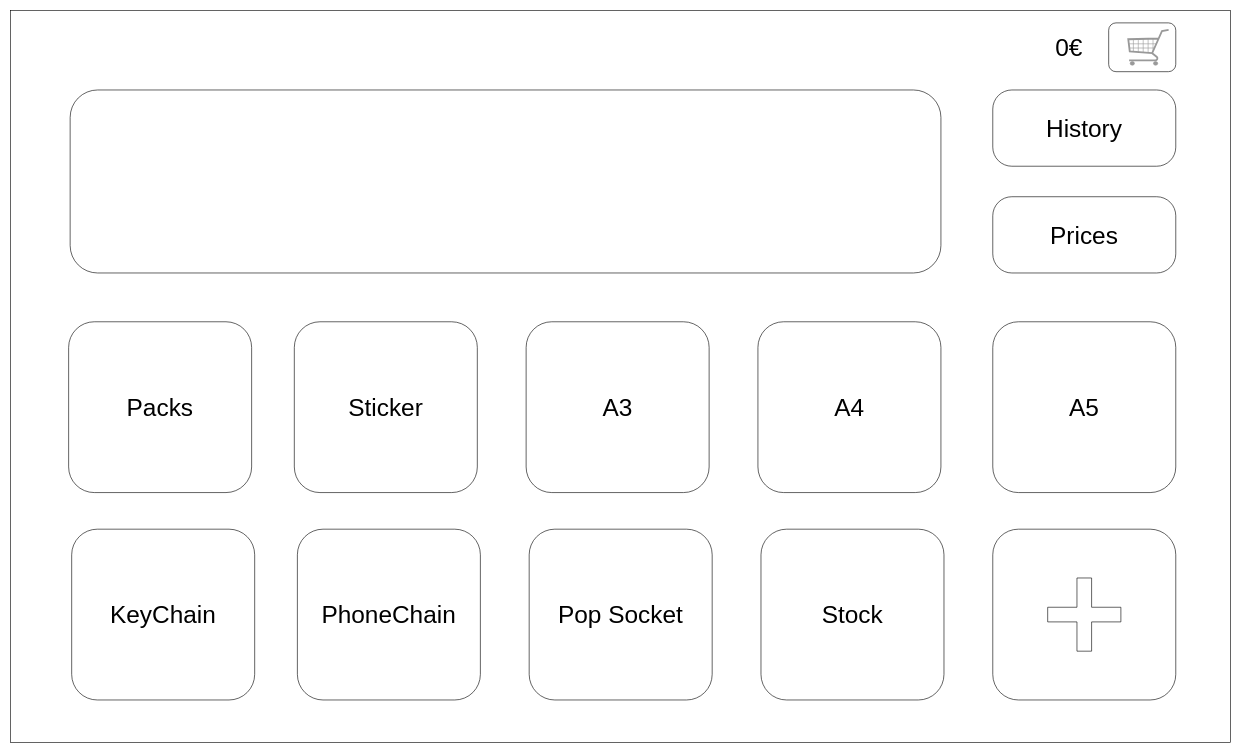
Before: page "MainMenu" (1 of 4) of mockup.drawio in Fenomanu/MerchCount2, a draw.io diagram. Source tidied: cells renumbered, new cells numbered last; positions are measured from the earlier drawing's top-left corner, leaving out a move shared by most shapes. Both pictures are drawn from the tidied source at 61%, with x=0, y=0 at pixel (10, 10).
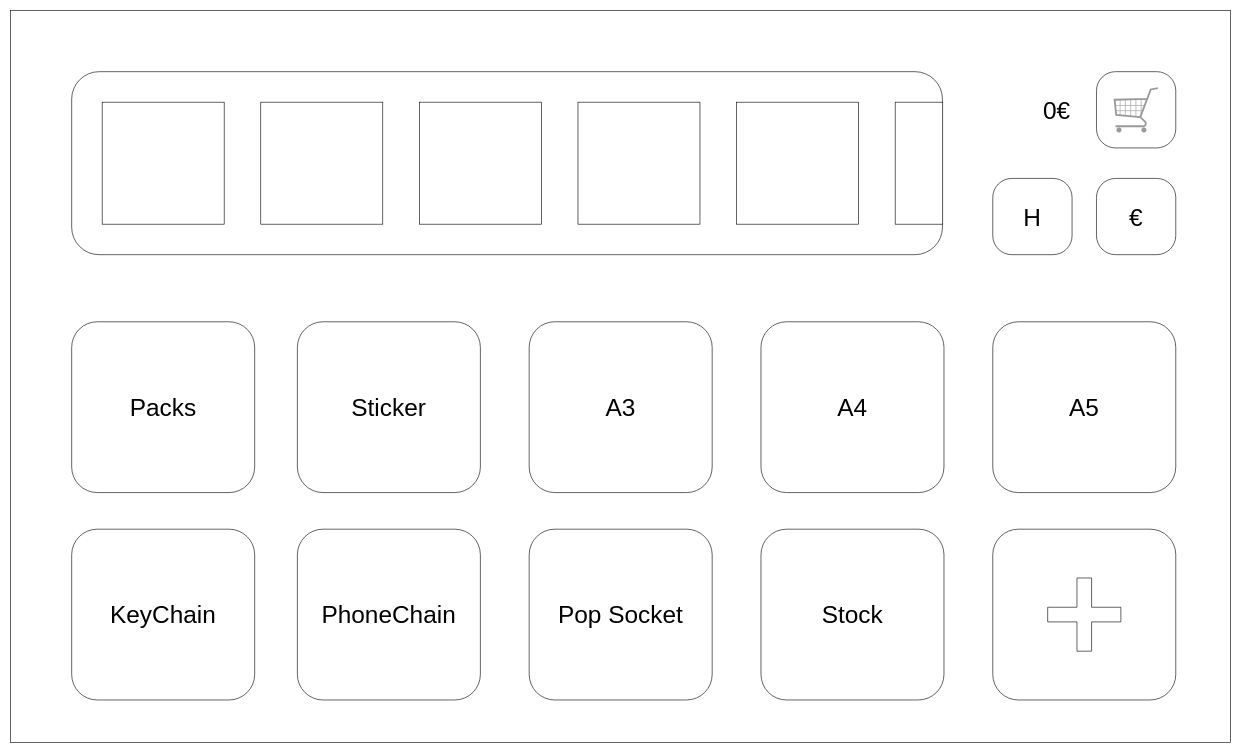
The same page after the edit.

What changed in the source:
```diff
@@
     <mxCell id="3" style="rounded=1;whiteSpace=wrap;html=1;" parent="1" vertex="1">
-      <mxGeometry x="97.5" y="130" width="1427.5" height="300" as="geometry" />
+      <mxGeometry x="100" y="100" width="1427.5" height="300" as="geometry" />
     </mxCell>
     <mxCell id="4" value="&lt;font style=&quot;font-size: 40px;&quot;&gt;A3&lt;/font&gt;" style="rounded=1;whiteSpace=wrap;html=1;" parent="1" vertex="1">
-      <mxGeometry x="845" y="510" width="300" height="280" as="geometry" />
+      <mxGeometry x="850" y="510" width="300" height="280" as="geometry" />
     </mxCell>
     <mxCell id="5" value="&lt;font style=&quot;font-size: 40px;&quot;&gt;A4&lt;/font&gt;" style="rounded=1;whiteSpace=wrap;html=1;" parent="1" vertex="1">
-      <mxGeometry x="1225" y="510" width="300" height="280" as="geometry" />
+      <mxGeometry x="1230" y="510" width="300" height="280" as="geometry" />
     </mxCell>
@@
     <mxCell id="7" value="&lt;font style=&quot;font-size: 40px;&quot;&gt;Sticker&lt;/font&gt;" style="rounded=1;whiteSpace=wrap;html=1;" parent="1" vertex="1">
-      <mxGeometry x="465" y="510" width="300" height="280" as="geometry" />
+      <mxGeometry x="470" y="510" width="300" height="280" as="geometry" />
     </mxCell>
@@
     <mxCell id="13" value="&lt;font style=&quot;font-size: 40px;&quot;&gt;Packs&lt;/font&gt;" style="rounded=1;whiteSpace=wrap;html=1;" parent="1" vertex="1">
-      <mxGeometry x="95" y="510" width="300" height="280" as="geometry" />
+      <mxGeometry x="100" y="510" width="300" height="280" as="geometry" />
     </mxCell>
@@
-    <mxCell id="15" value="&lt;font style=&quot;font-size: 40px;&quot;&gt;History&lt;/font&gt;" style="rounded=1;whiteSpace=wrap;html=1;arcSize=25;" parent="1" vertex="1">
-      <mxGeometry x="1610" y="130" width="300" height="125" as="geometry" />
+    <mxCell id="15" value="&lt;font style=&quot;font-size: 40px;&quot;&gt;H&lt;/font&gt;" style="rounded=1;whiteSpace=wrap;html=1;arcSize=25;" parent="1" vertex="1">
+      <mxGeometry x="1610" y="275" width="130" height="125" as="geometry" />
     </mxCell>
-    <mxCell id="16" value="&lt;font style=&quot;font-size: 40px;&quot;&gt;Prices&lt;/font&gt;" style="rounded=1;whiteSpace=wrap;html=1;arcSize=25;" parent="1" vertex="1">
-      <mxGeometry x="1610" y="305" width="300" height="125" as="geometry" />
+    <mxCell id="16" value="&lt;span style=&quot;font-size: 40px;&quot;&gt;€&lt;/span&gt;" style="rounded=1;whiteSpace=wrap;html=1;arcSize=25;" parent="1" vertex="1">
+      <mxGeometry x="1780" y="275" width="130" height="125" as="geometry" />
     </mxCell>
-    <mxCell id="17" style="rounded=1;whiteSpace=wrap;html=1;" parent="1" vertex="1">
-      <mxGeometry x="1800" y="20" width="110" height="80" as="geometry" />
-    </mxCell>
     <mxCell id="18" value="0€" style="text;html=1;strokeColor=none;fillColor=none;align=center;verticalAlign=middle;whiteSpace=wrap;rounded=0;fontSize=40;" parent="1" vertex="1">
-      <mxGeometry x="1670" y="15" width="130" height="90" as="geometry" />
+      <mxGeometry x="1650" y="117.5" width="130" height="90" as="geometry" />
     </mxCell>
-    <mxCell id="19" style="verticalLabelPosition=bottom;shadow=0;dashed=0;align=center;html=1;verticalAlign=top;strokeWidth=1;shape=mxgraph.mockup.misc.shoppingCart;strokeColor=#999999;" parent="1" vertex="1">
-      <mxGeometry x="1830" y="30" width="70" height="60" as="geometry" />
-    </mxCell>
+    <mxCell id="20" style="rounded=1;whiteSpace=wrap;html=1;arcSize=25;" parent="1" vertex="1">
+      <mxGeometry x="1780" y="100" width="130" height="125" as="geometry" />
+    </mxCell>
+    <mxCell id="21" style="verticalLabelPosition=bottom;shadow=0;dashed=0;align=center;html=1;verticalAlign=top;strokeWidth=1;shape=mxgraph.mockup.misc.shoppingCart;strokeColor=#999999;" parent="1" vertex="1">
+      <mxGeometry x="1807.5" y="125" width="75" height="75" as="geometry" />
+    </mxCell>
+    <mxCell id="22" style="rounded=0;whiteSpace=wrap;html=1;" parent="1" vertex="1">
+      <mxGeometry x="150" y="150" width="200" height="200" as="geometry" />
+    </mxCell>
+    <mxCell id="23" style="rounded=0;whiteSpace=wrap;html=1;" parent="1" vertex="1">
+      <mxGeometry x="410" y="150" width="200" height="200" as="geometry" />
+    </mxCell>
+    <mxCell id="24" style="rounded=0;whiteSpace=wrap;html=1;" parent="1" vertex="1">
+      <mxGeometry x="670" y="150" width="200" height="200" as="geometry" />
+    </mxCell>
+    <mxCell id="25" style="rounded=0;whiteSpace=wrap;html=1;" parent="1" vertex="1">
+      <mxGeometry x="930" y="150" width="200" height="200" as="geometry" />
+    </mxCell>
+    <mxCell id="26" style="rounded=0;whiteSpace=wrap;html=1;" parent="1" vertex="1">
+      <mxGeometry x="1190" y="150" width="200" height="200" as="geometry" />
+    </mxCell>
+    <mxCell id="27" style="rounded=0;whiteSpace=wrap;html=1;" parent="1" vertex="1">
+      <mxGeometry x="1450" y="150" width="78" height="200" as="geometry" />
+    </mxCell>
```
